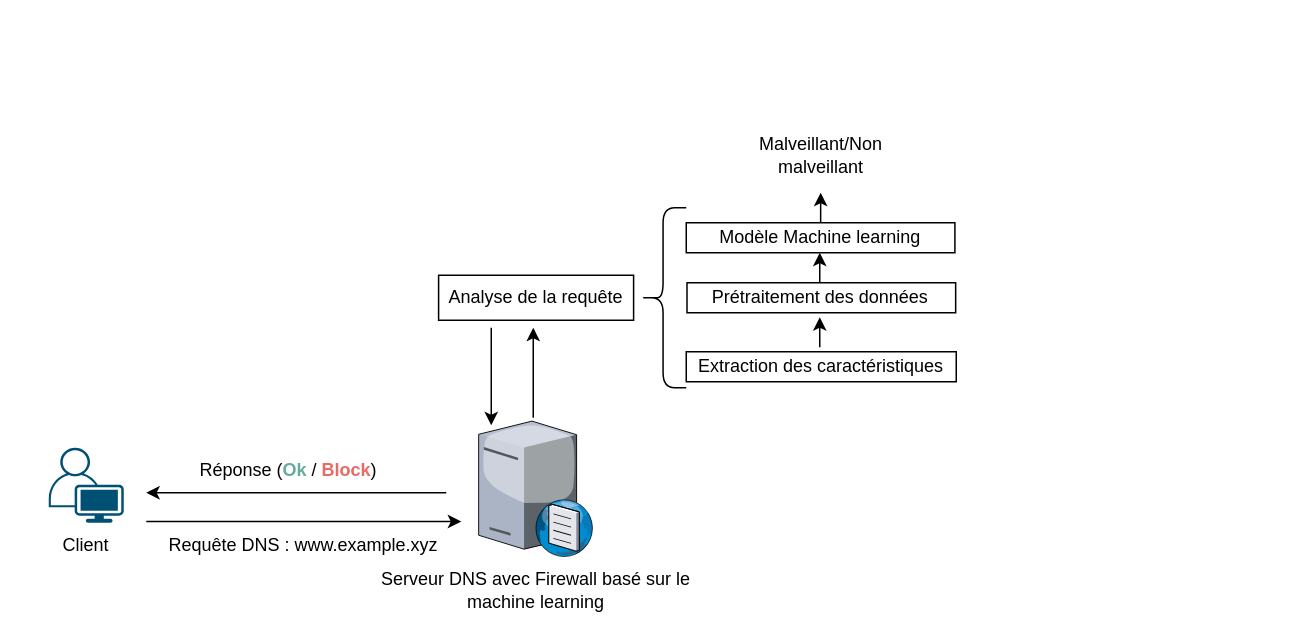
Before: FirewallML.drawio in eya-harbaoui/Diagramms, a draw.io diagram. Source tidied: cells renumbered, new cells numbered last; positions are measured from the earlier drawing's top-left corner, leaving out a move shared by most shapes. Both pictures are drawn from the tidied source at 150%, with x=0, y=0 at pixel (40, 132). Pictures stored in the file or linked from it are replaced by grey dashed boxes.
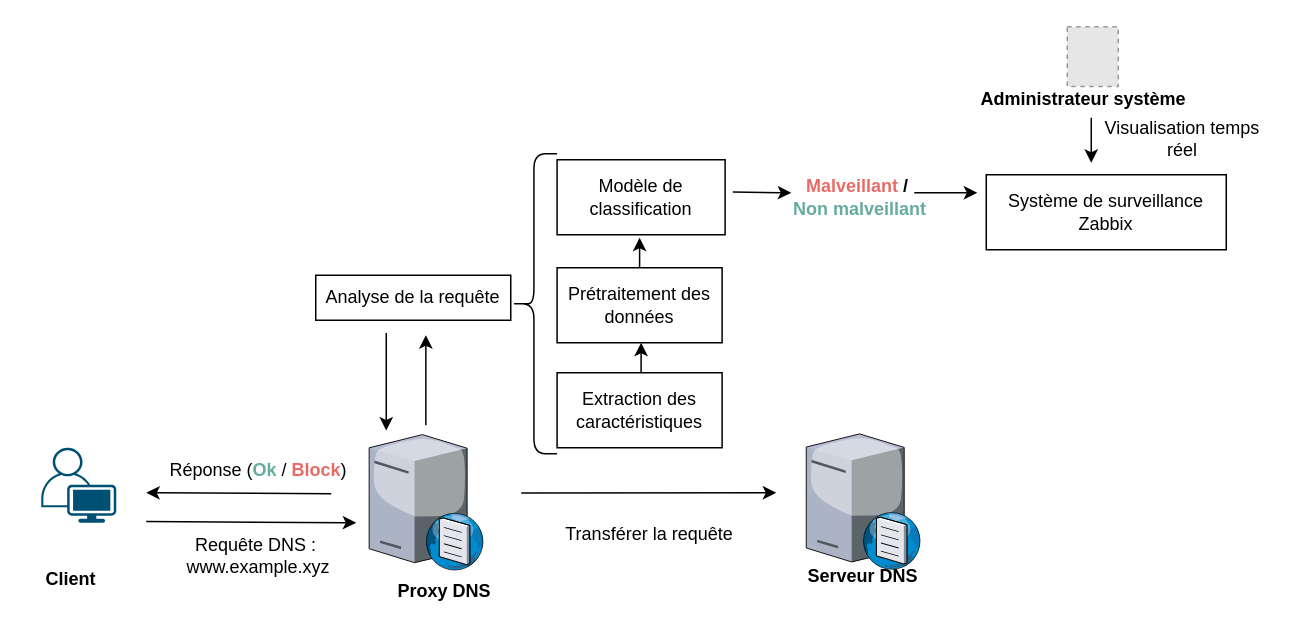
The same diagram, later.

Commit message:
Mettre à jour FirewallML.drawio

Diff of the diagram source:
```diff
@@
     <mxCell id="2" style="verticalLabelPosition=bottom;sketch=0;html=1;verticalAlign=top;align=center;shape=mxgraph.cisco19.user;fillColor=#005073;strokeColor=none;" parent="1" vertex="1">
-      <mxGeometry x="5" y="210" width="50" height="50" as="geometry" />
+      <mxGeometry y="210" width="50" height="50" as="geometry" />
     </mxCell>
     <mxCell id="3" style="verticalLabelPosition=bottom;sketch=0;html=1;verticalAlign=top;strokeColor=none;align=center;shape=mxgraph.citrix.dns_server;" parent="1" vertex="1">
-      <mxGeometry x="291.6" y="190" width="76.5" height="92.5" as="geometry" />
+      <mxGeometry x="218.6" y="199" width="76.5" height="92.5" as="geometry" />
     </mxCell>
-    <mxCell id="4" value="Client" style="text;html=1;align=center;verticalAlign=middle;whiteSpace=wrap;rounded=0;" parent="1" vertex="1">
-      <mxGeometry y="260" width="60" height="30" as="geometry" />
+    <mxCell id="4" value="&lt;b&gt;Client&lt;/b&gt;" style="text;html=1;align=center;verticalAlign=middle;whiteSpace=wrap;rounded=0;" parent="1" vertex="1">
+      <mxGeometry x="-10" y="282.5" width="60" height="30" as="geometry" />
     </mxCell>
     <mxCell id="5" style="endArrow=classic;html=1;rounded=0;" parent="1" edge="1">
       <mxGeometry relative="1" as="geometry">
         <mxPoint x="70" y="259.2" as="sourcePoint" />
-        <mxPoint x="280" y="259.2" as="targetPoint" />
+        <mxPoint x="210" y="260" as="targetPoint" />
       </mxGeometry>
     </mxCell>
-    <mxCell id="6" value="Requête DNS : www.example.xyz" style="text;html=1;align=center;verticalAlign=middle;whiteSpace=wrap;rounded=0;" parent="1" vertex="1">
-      <mxGeometry x="70" y="260" width="210" height="30" as="geometry" />
+    <mxCell id="6" value="Requête DNS :&amp;nbsp;&lt;div&gt;www.example.xyz&lt;/div&gt;" style="text;html=1;align=center;verticalAlign=middle;whiteSpace=wrap;rounded=0;" parent="1" vertex="1">
+      <mxGeometry x="40" y="267" width="210" height="30" as="geometry" />
     </mxCell>
-    <mxCell id="7" value="Serveur DNS avec Firewall basé sur le machine learning" style="text;html=1;align=center;verticalAlign=middle;whiteSpace=wrap;rounded=0;" parent="1" vertex="1">
-      <mxGeometry x="219.9" y="290" width="220" height="30" as="geometry" />
+    <mxCell id="7" value="&lt;b&gt;Proxy DNS&lt;/b&gt;" style="text;html=1;align=center;verticalAlign=middle;whiteSpace=wrap;rounded=0;" parent="1" vertex="1">
+      <mxGeometry x="158.5" y="291" width="220" height="30" as="geometry" />
     </mxCell>
     <mxCell id="8" style="endArrow=classic;html=1;rounded=0;" parent="1" edge="1">
       <mxGeometry relative="1" as="geometry">
-        <mxPoint x="328" y="190" as="sourcePoint" />
-        <mxPoint x="328" y="130" as="targetPoint" />
+        <mxPoint x="256.4" y="195" as="sourcePoint" />
+        <mxPoint x="256.4" y="135" as="targetPoint" />
       </mxGeometry>
     </mxCell>
     <mxCell id="9" value="Extraction des caractéristiques" style="rounded=0;whiteSpace=wrap;html=1;" parent="1" vertex="1">
-      <mxGeometry x="430" y="146" width="180" height="20" as="geometry" />
+      <mxGeometry x="343.9" y="160" width="110" height="50" as="geometry" />
     </mxCell>
     <mxCell id="10" value="Prétraitement des données" style="rounded=0;whiteSpace=wrap;html=1;" parent="1" vertex="1">
-      <mxGeometry x="430.5" y="100" width="179.1" height="20" as="geometry" />
+      <mxGeometry x="343.9" y="90" width="110" height="50" as="geometry" />
     </mxCell>
-    <mxCell id="11" value="Modèle Machine learning" style="rounded=0;whiteSpace=wrap;html=1;" parent="1" vertex="1">
-      <mxGeometry x="430" y="60" width="179.1" height="20" as="geometry" />
+    <mxCell id="11" value="Modèle de classification" style="rounded=0;whiteSpace=wrap;html=1;" parent="1" vertex="1">
+      <mxGeometry x="343.9" y="18" width="112" height="50" as="geometry" />
     </mxCell>
     <mxCell id="12" style="shape=curlyBracket;whiteSpace=wrap;html=1;rounded=1;flipH=1;labelPosition=right;verticalLabelPosition=middle;align=left;verticalAlign=middle;rotation=-180;" parent="1" vertex="1">
-      <mxGeometry x="399.1" y="50" width="30.9" height="120" as="geometry" />
+      <mxGeometry x="313" y="14" width="30.9" height="200" as="geometry" />
     </mxCell>
     <mxCell id="13" style="endArrow=classic;html=1;rounded=0;" parent="1" edge="1">
       <mxGeometry relative="1" as="geometry">
-        <mxPoint x="519" y="143" as="sourcePoint" />
-        <mxPoint x="519" y="123" as="targetPoint" />
+        <mxPoint x="399.9" y="160" as="sourcePoint" />
+        <mxPoint x="399.9" y="140" as="targetPoint" />
       </mxGeometry>
     </mxCell>
     <mxCell id="14" style="endArrow=classic;html=1;rounded=0;" parent="1" edge="1">
       <mxGeometry relative="1" as="geometry">
-        <mxPoint x="519" y="100" as="sourcePoint" />
-        <mxPoint x="519" y="80" as="targetPoint" />
+        <mxPoint x="398.9" y="90" as="sourcePoint" />
+        <mxPoint x="398.9" y="70" as="targetPoint" />
       </mxGeometry>
     </mxCell>
-    <mxCell id="15" value="Malveillant/Non malveillant" style="text;html=1;align=center;verticalAlign=middle;whiteSpace=wrap;rounded=0;" parent="1" vertex="1">
-      <mxGeometry x="449.5" width="140" height="30" as="geometry" />
+    <mxCell id="15" value="&lt;font style=&quot;font-weight: bold;&quot; color=&quot;#ea6b66&quot;&gt;Malveillant&lt;/font&gt;&lt;font style=&quot;&quot;&gt;&amp;nbsp;&lt;b&gt;/&amp;nbsp;&lt;/b&gt;&lt;/font&gt;&lt;div&gt;&lt;b&gt;&lt;font color=&quot;#67ab9f&quot;&gt;Non malveillant&lt;/font&gt;&lt;/b&gt;&lt;/div&gt;" style="text;html=1;align=center;verticalAlign=middle;whiteSpace=wrap;rounded=0;" parent="1" vertex="1">
+      <mxGeometry x="494" y="28" width="103.8" height="30" as="geometry" />
     </mxCell>
     <mxCell id="16" style="endArrow=classic;html=1;rounded=0;" parent="1" edge="1">
       <mxGeometry relative="1" as="geometry">
-        <mxPoint x="519.6" y="60" as="sourcePoint" />
-        <mxPoint x="519.6" y="40" as="targetPoint" />
+        <mxPoint x="461" y="39.5" as="sourcePoint" />
+        <mxPoint x="500" y="40" as="targetPoint" />
       </mxGeometry>
     </mxCell>
     <mxCell id="17" style="endArrow=classic;html=1;rounded=0;" parent="1" edge="1">
       <mxGeometry relative="1" as="geometry">
-        <mxPoint x="300" y="130" as="sourcePoint" />
-        <mxPoint x="300" y="195" as="targetPoint" />
+        <mxPoint x="230" y="133.5" as="sourcePoint" />
+        <mxPoint x="230" y="198.5" as="targetPoint" />
       </mxGeometry>
     </mxCell>
     <mxCell id="18" value="Analyse de la requête" style="rounded=0;whiteSpace=wrap;html=1;" parent="1" vertex="1">
-      <mxGeometry x="264.9" y="95" width="130" height="30" as="geometry" />
+      <mxGeometry x="183" y="95" width="130" height="30" as="geometry" />
     </mxCell>
-    <mxCell id="19" style="endArrow=classic;html=1;rounded=0;" parent="1" edge="1">
+    <mxCell id="19" style="endArrow=classic;html=1;rounded=0;exitX=0.73;exitY=1.022;exitDx=0;exitDy=0;exitPerimeter=0;" parent="1" edge="1" source="20">
       <mxGeometry relative="1" as="geometry">
-        <mxPoint x="270" y="240" as="sourcePoint" />
         <mxPoint x="70" y="240" as="targetPoint" />
       </mxGeometry>
     </mxCell>
     <mxCell id="20" value="Réponse (&lt;b&gt;&lt;font color=&quot;#67ab9f&quot;&gt;Ok&amp;nbsp;&lt;/font&gt;&lt;/b&gt;/&amp;nbsp;&lt;b&gt;&lt;font color=&quot;#ea6b66&quot;&gt;Block&lt;/font&gt;&lt;/b&gt;)" style="text;html=1;align=center;verticalAlign=middle;whiteSpace=wrap;rounded=0;" parent="1" vertex="1">
-      <mxGeometry x="60" y="210" width="210" height="30" as="geometry" />
+      <mxGeometry x="40" y="210" width="210" height="30" as="geometry" />
     </mxCell>
+    <mxCell id="21" value="&lt;b&gt;Serveur DNS&lt;/b&gt;" style="text;html=1;align=center;verticalAlign=middle;whiteSpace=wrap;rounded=0;" parent="1" vertex="1">
+      <mxGeometry x="438.2" y="281.2" width="220" height="30" as="geometry" />
+    </mxCell>
+    <mxCell id="22" style="verticalLabelPosition=bottom;sketch=0;html=1;verticalAlign=top;strokeColor=none;align=center;shape=mxgraph.citrix.dns_server;" parent="1" vertex="1">
+      <mxGeometry x="510" y="198.5" width="76.5" height="92.5" as="geometry" />
+    </mxCell>
+    <mxCell id="23" style="endArrow=classic;html=1;rounded=0;" parent="1" edge="1">
+      <mxGeometry relative="1" as="geometry">
+        <mxPoint x="320" y="240.1" as="sourcePoint" />
+        <mxPoint x="490" y="240" as="targetPoint" />
+      </mxGeometry>
+    </mxCell>
+    <mxCell id="24" value="Transférer la requête&amp;nbsp;&amp;nbsp;" style="text;html=1;align=center;verticalAlign=middle;whiteSpace=wrap;rounded=0;" parent="1" vertex="1">
+      <mxGeometry x="304" y="252.5" width="210" height="30" as="geometry" />
+    </mxCell>
+    <mxCell id="25" style="endArrow=classic;html=1;rounded=0;exitX=0.964;exitY=0.4;exitDx=0;exitDy=0;exitPerimeter=0;" parent="1" edge="1">
+      <mxGeometry relative="1" as="geometry">
+        <mxPoint x="582" y="40" as="sourcePoint" />
+        <mxPoint x="624" y="40" as="targetPoint" />
+      </mxGeometry>
+    </mxCell>
+    <mxCell id="26" value="Système de surveillance Zabbix" style="rounded=0;whiteSpace=wrap;html=1;" parent="1" vertex="1">
+      <mxGeometry x="630" y="28" width="160" height="50" as="geometry" />
+    </mxCell>
+    <mxCell id="27" style="fillColor=#E6E6E6;strokeColor=#999999;dashed=1;verticalLabelPosition=bottom;labelBackgroundColor=default;verticalAlign=top;" parent="1" vertex="1">
+      <mxGeometry x="684" y="-70.6" width="34" height="39.7" as="geometry" />
+    </mxCell>
+    <mxCell id="28" value="&lt;b&gt;Administrateur système&lt;/b&gt;" style="text;html=1;align=center;verticalAlign=middle;whiteSpace=wrap;rounded=0;" parent="1" vertex="1">
+      <mxGeometry x="610" y="-37" width="170" height="30" as="geometry" />
+    </mxCell>
+    <mxCell id="29" style="endArrow=classic;html=1;rounded=0;" parent="1" edge="1">
+      <mxGeometry relative="1" as="geometry">
+        <mxPoint x="700" y="-10" as="sourcePoint" />
+        <mxPoint x="700" y="20" as="targetPoint" />
+      </mxGeometry>
+    </mxCell>
+    <mxCell id="30" value="Visualisation temps réel" style="text;html=1;align=center;verticalAlign=middle;whiteSpace=wrap;rounded=0;" parent="1" vertex="1">
+      <mxGeometry x="700" y="-9.5" width="121.8" height="27.5" as="geometry" />
+    </mxCell>
```
